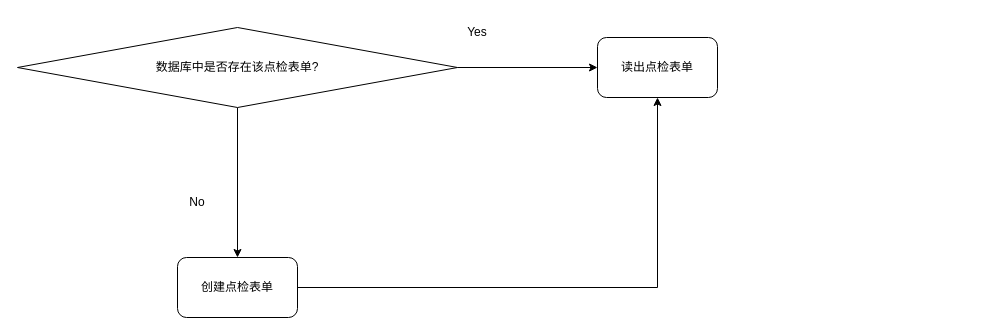
The draw.io diagram 测试站点检系统.drawio in JackGeminiKu/Diagrams, before the edit. Source tidied: cells renumbered, new cells numbered last; positions are measured from the earlier drawing's top-left corner, leaving out a move shared by most shapes. Both pictures are drawn from the tidied source at 100%, with x=0, y=0 at pixel (17, 17).
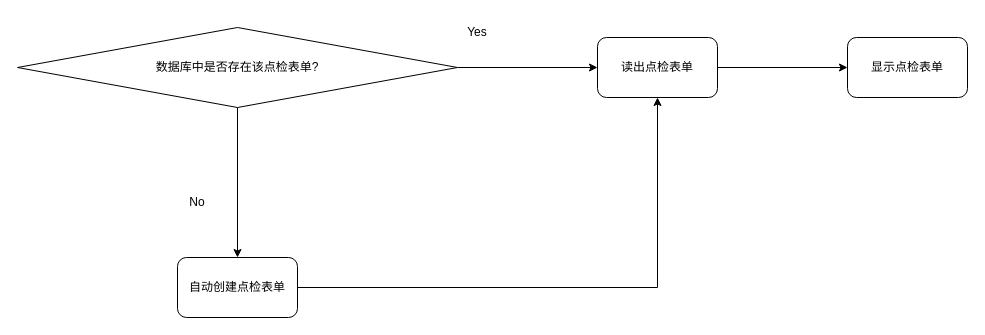
The same page after the edit.

Commit message (it also covers changes not shown here):
Update 测试站点检系统.drawio

What changed in the source:
```diff
@@
 <mxGraphModel>
   <root>
     <mxCell id="0" />
     <mxCell id="1" parent="0" />
     <mxCell id="2" style="edgeStyle=orthogonalEdgeStyle;rounded=0;jettySize=auto;html=1;" parent="1" edge="1" source="4" target="6">
       <mxGeometry relative="1" as="geometry" />
     </mxCell>
     <mxCell id="3" style="edgeStyle=orthogonalEdgeStyle;rounded=0;jettySize=auto;html=1;" parent="1" edge="1" source="4" target="7">
       <mxGeometry relative="1" as="geometry" />
     </mxCell>
     <mxCell id="4" value="数据库中是否存在该点检表单?" style="rhombus;whiteSpace=wrap;html=1;" parent="1" vertex="1">
       <mxGeometry y="10" width="440" height="80" as="geometry" />
     </mxCell>
     <mxCell id="5" style="edgeStyle=orthogonalEdgeStyle;rounded=0;jettySize=auto;html=1;entryX=0.5;entryY=1;entryDx=0;entryDy=0;" parent="1" edge="1" source="6" target="7">
       <mxGeometry relative="1" as="geometry" />
     </mxCell>
-    <mxCell id="6" value="创建点检表单" style="rounded=1;whiteSpace=wrap;html=1;" parent="1" vertex="1">
+    <mxCell id="6" value="自动创建点检表单" style="rounded=1;whiteSpace=wrap;html=1;" parent="1" vertex="1">
       <mxGeometry x="160" y="240" width="120" height="60" as="geometry" />
     </mxCell>
+    <mxCell id="10" style="edgeStyle=orthogonalEdgeStyle;rounded=0;jettySize=auto;html=1;entryX=0;entryY=0.5;entryDx=0;entryDy=0;" parent="1" edge="1" source="7" target="11">
+      <mxGeometry relative="1" as="geometry" />
+    </mxCell>
     <mxCell id="7" value="读出点检表单" style="rounded=1;whiteSpace=wrap;html=1;" parent="1" vertex="1">
       <mxGeometry x="580" y="20" width="120" height="60" as="geometry" />
     </mxCell>
     <mxCell id="8" value="No" style="text;html=1;strokeColor=none;fillColor=none;align=center;verticalAlign=middle;whiteSpace=wrap;rounded=0;" parent="1" vertex="1">
       <mxGeometry x="150" y="170" width="60" height="30" as="geometry" />
     </mxCell>
     <mxCell id="9" value="Yes" style="text;html=1;strokeColor=none;fillColor=none;align=center;verticalAlign=middle;whiteSpace=wrap;rounded=0;" parent="1" vertex="1">
       <mxGeometry x="430" width="60" height="30" as="geometry" />
     </mxCell>
+    <mxCell id="11" value="显示点检表单" style="rounded=1;whiteSpace=wrap;html=1;" parent="1" vertex="1">
+      <mxGeometry x="830" y="20" width="120" height="60" as="geometry" />
+    </mxCell>
   </root>
 </mxGraphModel>
```
